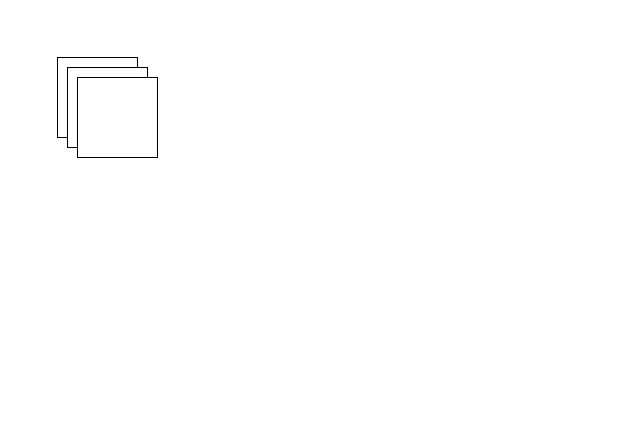
Before: Unbenanntes Diagramm.drawio in RATFIVE/GEOMAR-DeepLearning, a draw.io diagram. Source tidied: cells renumbered, new cells numbered last; positions are measured from the earlier drawing's top-left corner, leaving out a move shared by most shapes. Both pictures are drawn from the tidied source at 100%, with x=0, y=0 at pixel (57, 57).
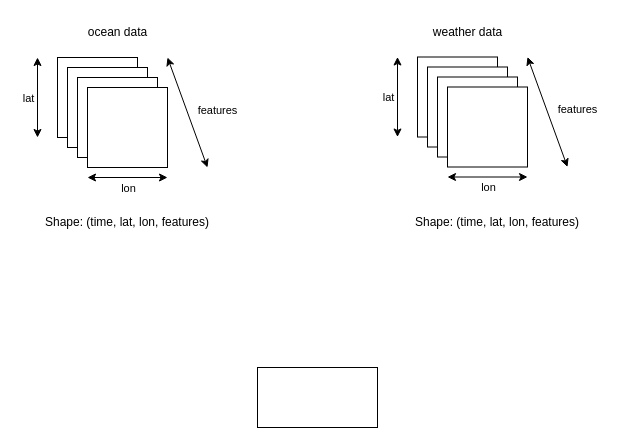
The same page after the edit.

What changed in the source:
```diff
@@
+    <mxCell id="5" style="whiteSpace=wrap;html=1;" parent="1" vertex="1">
+      <mxGeometry x="30" y="30" width="80" height="80" as="geometry" />
+    </mxCell>
+    <mxCell id="6" style="endArrow=classic;startArrow=classic;html=1;rounded=0;" parent="1" edge="1">
+      <mxGeometry relative="1" as="geometry">
+        <mxPoint x="-20" y="80" as="sourcePoint" />
+        <mxPoint x="-20" as="targetPoint" />
+      </mxGeometry>
+    </mxCell>
+    <mxCell id="7" value="lat" style="edgeLabel;html=1;align=center;verticalAlign=middle;" parent="6" vertex="1">
+      <mxGeometry x="-0.2" y="-3" relative="1" as="geometry">
+        <mxPoint x="-13" y="-8" as="offset" />
+      </mxGeometry>
+    </mxCell>
+    <mxCell id="8" style="endArrow=classic;startArrow=classic;html=1;rounded=0;" parent="1" edge="1">
+      <mxGeometry relative="1" as="geometry">
+        <mxPoint x="30" y="120" as="sourcePoint" />
+        <mxPoint x="110" y="120" as="targetPoint" />
+      </mxGeometry>
+    </mxCell>
+    <mxCell id="9" value="lon" style="edgeLabel;html=1;align=center;verticalAlign=middle;" parent="8" vertex="1">
+      <mxGeometry x="-0.2" y="3" relative="1" as="geometry">
+        <mxPoint x="8" y="13" as="offset" />
+      </mxGeometry>
+    </mxCell>
+    <mxCell id="10" style="endArrow=classic;startArrow=classic;html=1;rounded=0;" parent="1" edge="1">
+      <mxGeometry relative="1" as="geometry">
+        <mxPoint x="110" as="sourcePoint" />
+        <mxPoint x="150" y="110" as="targetPoint" />
+      </mxGeometry>
+    </mxCell>
+    <mxCell id="11" value="features" style="edgeLabel;html=1;align=center;verticalAlign=middle;" parent="10" vertex="1">
+      <mxGeometry x="-0.2" y="3" relative="1" as="geometry">
+        <mxPoint x="31" y="9" as="offset" />
+      </mxGeometry>
+    </mxCell>
+    <mxCell id="12" value="ocean data" style="text;html=1;align=center;verticalAlign=middle;whiteSpace=wrap;rounded=0;" parent="1" vertex="1">
+      <mxGeometry x="-4.5" y="-40.5" width="129" height="30" as="geometry" />
+    </mxCell>
+    <mxCell id="13" style="whiteSpace=wrap;html=1;" parent="1" vertex="1">
+      <mxGeometry x="360" y="-0.5" width="80" height="80" as="geometry" />
+    </mxCell>
+    <mxCell id="14" style="whiteSpace=wrap;html=1;" parent="1" vertex="1">
+      <mxGeometry x="370" y="9.5" width="80" height="80" as="geometry" />
+    </mxCell>
+    <mxCell id="15" style="whiteSpace=wrap;html=1;" parent="1" vertex="1">
+      <mxGeometry x="380" y="19.5" width="80" height="80" as="geometry" />
+    </mxCell>
+    <mxCell id="16" style="whiteSpace=wrap;html=1;" parent="1" vertex="1">
+      <mxGeometry x="390" y="29.5" width="80" height="80" as="geometry" />
+    </mxCell>
+    <mxCell id="17" style="endArrow=classic;startArrow=classic;html=1;rounded=0;" parent="1" edge="1">
+      <mxGeometry relative="1" as="geometry">
+        <mxPoint x="340" y="79.5" as="sourcePoint" />
+        <mxPoint x="340" y="-0.5" as="targetPoint" />
+      </mxGeometry>
+    </mxCell>
+    <mxCell id="18" value="lat" style="edgeLabel;html=1;align=center;verticalAlign=middle;" parent="17" vertex="1">
+      <mxGeometry x="-0.2" y="-3" relative="1" as="geometry">
+        <mxPoint x="-13" y="-8" as="offset" />
+      </mxGeometry>
+    </mxCell>
+    <mxCell id="19" style="endArrow=classic;startArrow=classic;html=1;rounded=0;" parent="1" edge="1">
+      <mxGeometry relative="1" as="geometry">
+        <mxPoint x="390" y="119.5" as="sourcePoint" />
+        <mxPoint x="470" y="119.5" as="targetPoint" />
+      </mxGeometry>
+    </mxCell>
+    <mxCell id="20" value="lon" style="edgeLabel;html=1;align=center;verticalAlign=middle;" parent="19" vertex="1">
+      <mxGeometry x="-0.2" y="3" relative="1" as="geometry">
+        <mxPoint x="8" y="13" as="offset" />
+      </mxGeometry>
+    </mxCell>
+    <mxCell id="21" style="endArrow=classic;startArrow=classic;html=1;rounded=0;" parent="1" edge="1">
+      <mxGeometry relative="1" as="geometry">
+        <mxPoint x="470" y="-0.5" as="sourcePoint" />
+        <mxPoint x="510" y="109.5" as="targetPoint" />
+      </mxGeometry>
+    </mxCell>
+    <mxCell id="22" value="features" style="edgeLabel;html=1;align=center;verticalAlign=middle;" parent="21" vertex="1">
+      <mxGeometry x="-0.2" y="3" relative="1" as="geometry">
+        <mxPoint x="31" y="9" as="offset" />
+      </mxGeometry>
+    </mxCell>
+    <mxCell id="23" value="weather data" style="text;html=1;align=center;verticalAlign=middle;whiteSpace=wrap;rounded=0;" parent="1" vertex="1">
+      <mxGeometry x="345.5" y="-40.5" width="129" height="30" as="geometry" />
+    </mxCell>
+    <mxCell id="24" style="rounded=0;whiteSpace=wrap;html=1;" parent="1" vertex="1">
+      <mxGeometry x="200" y="310" width="120" height="60" as="geometry" />
+    </mxCell>
+    <mxCell id="25" value="Shape: (time, lat, lon, features)" style="text;html=1;align=center;verticalAlign=middle;whiteSpace=wrap;rounded=0;" parent="1" vertex="1">
+      <mxGeometry x="-40" y="150" width="220" height="30" as="geometry" />
+    </mxCell>
+    <mxCell id="26" value="Shape: (time, lat, lon, features)" style="text;html=1;align=center;verticalAlign=middle;whiteSpace=wrap;rounded=0;" parent="1" vertex="1">
+      <mxGeometry x="330" y="150" width="220" height="30" as="geometry" />
+    </mxCell>
```
